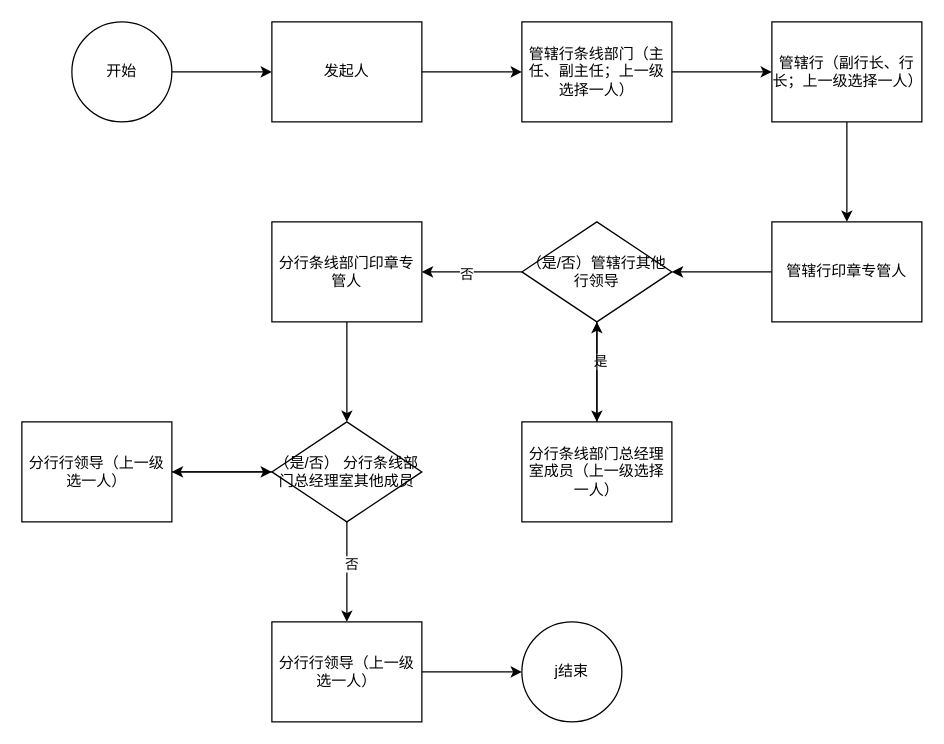
Earlier version of the draw.io diagram 网点行发起.drawio (ILdove/Hawk-Fast-Work). Source tidied: cells renumbered, new cells numbered last; positions are measured from the earlier drawing's top-left corner, leaving out a move shared by most shapes. Both pictures are drawn from the tidied source at 125%, with x=0, y=0 at pixel (21, 21).
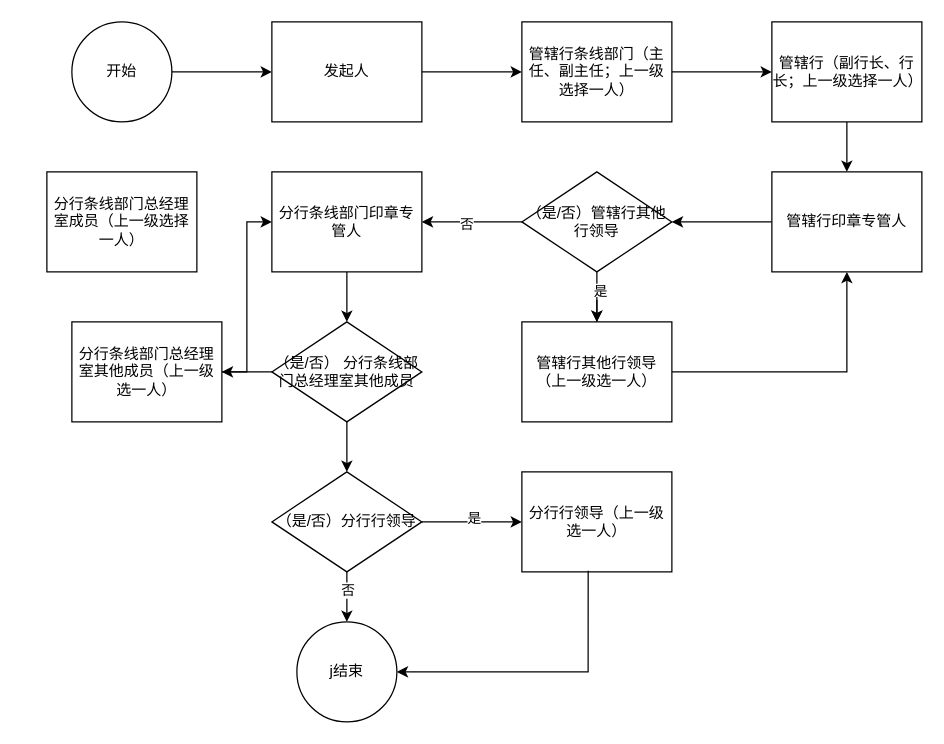
Above is the later version.

Commit message (it also covers changes not shown here):
更新网点行发起.drawio

Diff of the diagram source:
```diff
@@
     <mxCell id="11" value="&lt;p class=&quot;MsoNormal&quot;&gt;&lt;font face=&quot;宋体&quot;&gt;管辖行印章专管人&lt;/font&gt;&lt;/p&gt;" style="rounded=0;whiteSpace=wrap;html=1;" parent="1" vertex="1">
-      <mxGeometry x="600" y="160" width="120" height="80" as="geometry" />
+      <mxGeometry x="600" y="120" width="120" height="80" as="geometry" />
     </mxCell>
@@
     <mxCell id="16" value="&lt;p class=&quot;MsoNormal&quot;&gt;&lt;font face=&quot;宋体&quot;&gt;（是&lt;/font&gt;&lt;font face=&quot;宋体&quot;&gt;/否）管辖行其他行领导&lt;/font&gt;&lt;/p&gt;" style="rhombus;whiteSpace=wrap;html=1;" parent="1" vertex="1">
-      <mxGeometry x="400" y="160" width="120" height="80" as="geometry" />
+      <mxGeometry x="400" y="120" width="120" height="80" as="geometry" />
     </mxCell>
@@
+    <mxCell id="30" style="edgeStyle=orthogonalEdgeStyle;rounded=0;jettySize=auto;html=1;" parent="1" edge="1" source="18" target="11">
+      <mxGeometry relative="1" as="geometry" />
+    </mxCell>
-    <mxCell id="18" value="&lt;p class=&quot;MsoNormal&quot;&gt;分行条线部门总经理室成员（上一级选择一人）&lt;br&gt;&lt;/p&gt;" style="rounded=0;whiteSpace=wrap;html=1;" parent="1" vertex="1">
-      <mxGeometry x="400" y="320" width="120" height="80" as="geometry" />
+    <mxCell id="18" value="&lt;p class=&quot;MsoNormal&quot;&gt;管辖行其他行领导（上一级选一人）&lt;br&gt;&lt;/p&gt;" style="rounded=0;whiteSpace=wrap;html=1;" parent="1" vertex="1">
+      <mxGeometry x="400" y="240" width="120" height="80" as="geometry" />
     </mxCell>
@@
     <mxCell id="20" value="&lt;p class=&quot;MsoNormal&quot;&gt;&lt;font face=&quot;宋体&quot;&gt;分行条线部门印章专管人&lt;/font&gt;&lt;/p&gt;" style="rounded=0;whiteSpace=wrap;html=1;" parent="1" vertex="1">
-      <mxGeometry x="200" y="160" width="120" height="80" as="geometry" />
+      <mxGeometry x="200" y="120" width="120" height="80" as="geometry" />
     </mxCell>
@@
-    <mxCell id="22" style="edgeStyle=orthogonalEdgeStyle;rounded=0;jettySize=auto;html=1;entryX=0.5;entryY=0;entryDx=0;entryDy=0;" parent="1" edge="1" source="24" target="28">
-      <mxGeometry relative="1" as="geometry" />
-    </mxCell>
-    <mxCell id="23" value="否" style="edgeLabel;html=1;align=center;verticalAlign=middle;" parent="22" vertex="1">
-      <mxGeometry x="-0.17" y="3" relative="1" as="geometry" />
-    </mxCell>
+    <mxCell id="31" style="edgeStyle=orthogonalEdgeStyle;rounded=0;jettySize=auto;html=1;entryX=0.5;entryY=0;entryDx=0;entryDy=0;" parent="1" edge="1" source="24" target="37">
+      <mxGeometry relative="1" as="geometry" />
+    </mxCell>
     <mxCell id="24" value="&lt;p class=&quot;MsoNormal&quot;&gt;&lt;font face=&quot;宋体&quot;&gt;（是&lt;/font&gt;&lt;font face=&quot;宋体&quot;&gt;/否） 分行条线部门总经理室其他成员&lt;/font&gt;&lt;/p&gt;" style="rhombus;whiteSpace=wrap;html=1;" parent="1" vertex="1">
-      <mxGeometry x="200" y="320" width="120" height="80" as="geometry" />
+      <mxGeometry x="200" y="240" width="120" height="80" as="geometry" />
     </mxCell>
-    <mxCell id="25" style="edgeStyle=orthogonalEdgeStyle;rounded=0;jettySize=auto;html=1;entryX=0;entryY=0.5;entryDx=0;entryDy=0;" parent="1" edge="1" source="26" target="24">
-      <mxGeometry relative="1" as="geometry" />
-    </mxCell>
+    <mxCell id="32" style="edgeStyle=orthogonalEdgeStyle;rounded=0;jettySize=auto;html=1;entryX=0;entryY=0.5;entryDx=0;entryDy=0;" parent="1" edge="1" source="26" target="20">
+      <mxGeometry relative="1" as="geometry" />
+    </mxCell>
-    <mxCell id="26" value="&lt;p class=&quot;MsoNormal&quot;&gt;分行行领导（上一级选一人）&lt;/p&gt;" style="rounded=0;whiteSpace=wrap;html=1;" parent="1" vertex="1">
-      <mxGeometry y="320" width="120" height="80" as="geometry" />
+    <mxCell id="26" value="&lt;p class=&quot;MsoNormal&quot;&gt;分行条线部门总经理室其他成员（上一级选一人）&lt;/p&gt;" style="rounded=0;whiteSpace=wrap;html=1;" parent="1" vertex="1">
+      <mxGeometry x="40" y="240" width="120" height="80" as="geometry" />
     </mxCell>
-    <mxCell id="27" style="edgeStyle=orthogonalEdgeStyle;rounded=0;jettySize=auto;html=1;entryX=0;entryY=0.5;entryDx=0;entryDy=0;" parent="1" edge="1" source="28" target="29">
-      <mxGeometry relative="1" as="geometry" />
-    </mxCell>
     <mxCell id="28" value="分行行领导（上一级选一人）" style="rounded=0;whiteSpace=wrap;html=1;" parent="1" vertex="1">
-      <mxGeometry x="200" y="480" width="120" height="80" as="geometry" />
+      <mxGeometry x="400" y="360" width="120" height="80" as="geometry" />
     </mxCell>
     <mxCell id="29" value="j结束" style="ellipse;whiteSpace=wrap;html=1;" parent="1" vertex="1">
-      <mxGeometry x="400" y="480" width="80" height="80" as="geometry" />
+      <mxGeometry x="220" y="480" width="80" height="80" as="geometry" />
     </mxCell>
+    <mxCell id="33" value="&lt;p class=&quot;MsoNormal&quot;&gt;分行条线部门总经理室成员（上一级选择一人）&lt;br&gt;&lt;/p&gt;" style="rounded=0;whiteSpace=wrap;html=1;" parent="1" vertex="1">
+      <mxGeometry x="20" y="120" width="120" height="80" as="geometry" />
+    </mxCell>
+    <mxCell id="34" style="edgeStyle=orthogonalEdgeStyle;rounded=0;jettySize=auto;html=1;entryX=0;entryY=0.5;entryDx=0;entryDy=0;" parent="1" edge="1" source="37" target="28">
+      <mxGeometry relative="1" as="geometry" />
+    </mxCell>
+    <mxCell id="35" value="是" style="edgeLabel;html=1;align=center;verticalAlign=middle;" parent="34" vertex="1">
+      <mxGeometry x="0.03" y="4" relative="1" as="geometry" />
+    </mxCell>
+    <mxCell id="36" style="edgeStyle=orthogonalEdgeStyle;rounded=0;jettySize=auto;html=1;entryX=0.5;entryY=0;entryDx=0;entryDy=0;" parent="1" edge="1" source="37" target="29">
+      <mxGeometry relative="1" as="geometry" />
+    </mxCell>
+    <mxCell id="23" value="否" style="edgeLabel;html=1;align=center;verticalAlign=middle;" parent="36" vertex="1">
+      <mxGeometry x="-0.3" relative="1" as="geometry" />
+    </mxCell>
+    <mxCell id="37" value="&lt;p class=&quot;MsoNormal&quot;&gt;&lt;font face=&quot;宋体&quot;&gt;（是&lt;/font&gt;&lt;font face=&quot;宋体&quot;&gt;/否）分行行领导&lt;/font&gt;&lt;/p&gt;" style="rhombus;whiteSpace=wrap;html=1;" parent="1" vertex="1">
+      <mxGeometry x="200" y="360" width="120" height="80" as="geometry" />
+    </mxCell>
+    <mxCell id="27" style="endArrow=classic;html=1;rounded=0;entryX=1;entryY=0.5;entryDx=0;entryDy=0;exitX=0.442;exitY=0.988;exitDx=0;exitDy=0;exitPerimeter=0;" parent="1" edge="1" source="28" target="29">
+      <mxGeometry relative="1" as="geometry">
+        <Array as="points">
+          <mxPoint x="453" y="520" />
+        </Array>
+      </mxGeometry>
+    </mxCell>
```
